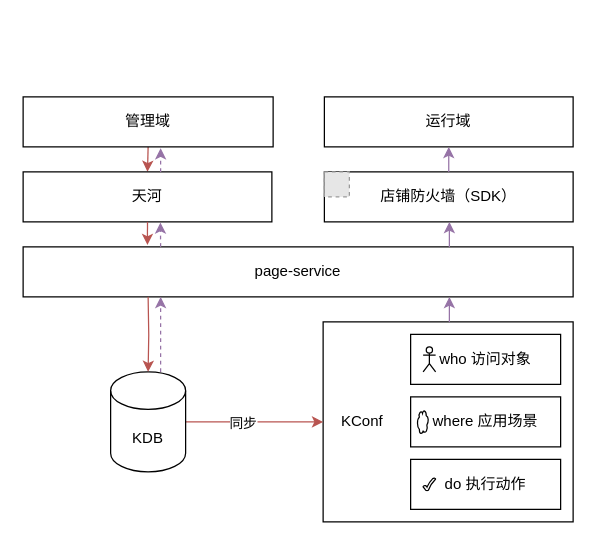
Before: page "架构图" (2 of 5) of 快手/未命名绘图.drawio in XDcat/draw.io_2, a draw.io diagram. Source tidied: cells renumbered, new cells numbered last; positions are measured from the earlier drawing's top-left corner, leaving out a move shared by most shapes. Both pictures are drawn from the tidied source at 125%, with x=0, y=0 at pixel (22, 96). Pictures stored in the file or linked from it are replaced by grey dashed boxes.
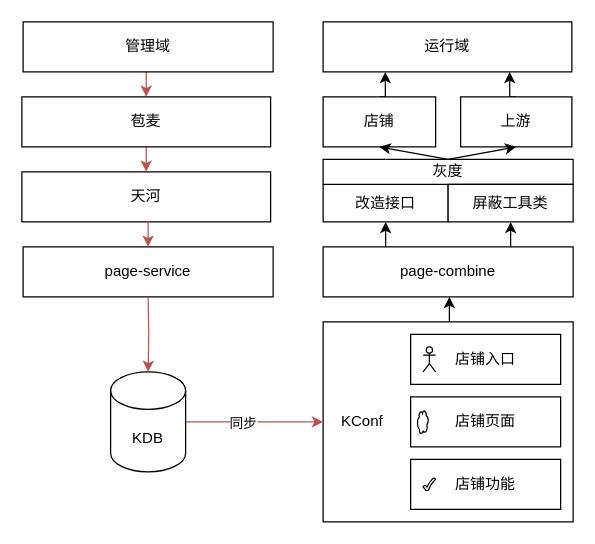
Above is the later version.

Commit message:
更新未命名绘图.drawio

The change refers to these unchanged cells:
```xml
<mxCell id="9" value="天河" style="rounded=0;whiteSpace=wrap;html=1;" parent="8" vertex="1">
  <mxGeometry width="199" height="40" as="geometry" />
</mxCell>
<mxCell id="13" style="group;" parent="1" vertex="1">
  <mxGeometry x="310" y="290" width="120" height="40" as="geometry" />
</mxCell>
<mxCell id="16" style="group;" parent="1" vertex="1">
  <mxGeometry x="310" y="240" width="120" height="40" as="geometry" />
</mxCell>
<mxCell id="19" style="group;" parent="1" vertex="1">
  <mxGeometry x="310" y="190" width="120" height="40" as="geometry" />
</mxCell>
<mxCell id="25" value="KDB" style="shape=cylinder3;whiteSpace=wrap;html=1;boundedLbl=1;backgroundOutline=1;size=15;" parent="1" vertex="1">
  <mxGeometry x="70" y="220" width="60" height="80" as="geometry" />
</mxCell>
```

The edit, as a diff of the source:
```diff
@@
     <mxCell id="2" value="运行域" style="rounded=0;whiteSpace=wrap;html=1;" parent="1" vertex="1">
-      <mxGeometry x="241" width="199" height="40" as="geometry" />
+      <mxGeometry x="240" y="-60" width="199" height="40" as="geometry" />
     </mxCell>
-    <mxCell id="3" style="edgeStyle=orthogonalEdgeStyle;rounded=0;jettySize=auto;html=1;exitX=0.5;exitY=1;exitDx=0;exitDy=0;entryX=0.5;entryY=0;entryDx=0;entryDy=0;fillColor=#f8cecc;strokeColor=#b85450;" parent="1" edge="1" source="4" target="9">
+    <mxCell id="3" style="edgeStyle=orthogonalEdgeStyle;rounded=0;jettySize=auto;html=1;exitX=0.5;exitY=1;exitDx=0;exitDy=0;entryX=0.5;entryY=0;entryDx=0;entryDy=0;fillColor=#f8cecc;strokeColor=#b85450;" parent="1" edge="1" source="4" target="35">
       <mxGeometry relative="1" as="geometry" />
     </mxCell>
     <mxCell id="4" value="管理域" style="rounded=0;whiteSpace=wrap;html=1;" parent="1" vertex="1">
-      <mxGeometry width="200" height="40" as="geometry" />
+      <mxGeometry y="-60" width="200" height="40" as="geometry" />
     </mxCell>
-    <mxCell id="5" style="group;" parent="1" vertex="1">
-      <mxGeometry x="241" y="60" width="199" height="40" as="geometry" />
-    </mxCell>
-    <mxCell id="6" value="店铺&lt;span style=&quot;background-color: initial;&quot;&gt;防火墙&lt;/span&gt;&lt;span style=&quot;background-color: initial;&quot;&gt;（SDK）&lt;/span&gt;" style="rounded=0;whiteSpace=wrap;html=1;" parent="5" vertex="1">
-      <mxGeometry width="199" height="40" as="geometry" />
-    </mxCell>
-    <mxCell id="7" style="fillColor=#E6E6E6;strokeColor=#999999;dashed=1;verticalLabelPosition=bottom;labelBackgroundColor=default;verticalAlign=top;" parent="5" vertex="1">
-      <mxGeometry width="20" height="20" as="geometry" />
-    </mxCell>
     <mxCell id="8" style="group;" parent="1" vertex="1">
-      <mxGeometry y="60" width="199" height="40" as="geometry" />
+      <mxGeometry x="-1" y="60" width="199" height="40" as="geometry" />
     </mxCell>
@@
     <mxCell id="10" style="group;" parent="1" vertex="1">
-      <mxGeometry y="120" width="440" height="40" as="geometry" />
+      <mxGeometry y="120" width="200" height="40" as="geometry" />
     </mxCell>
     <mxCell id="11" value="page-service" style="rounded=0;whiteSpace=wrap;html=1;" parent="10" vertex="1">
-      <mxGeometry width="440" height="40" as="geometry" />
+      <mxGeometry width="200" height="40" as="geometry" />
     </mxCell>
@@
-    <mxCell id="14" value="do 执行动作" style="rounded=0;whiteSpace=wrap;html=1;" parent="13" vertex="1">
+    <mxCell id="14" value="店铺功能" style="rounded=0;whiteSpace=wrap;html=1;" parent="13" vertex="1">
       <mxGeometry width="120" height="40" as="geometry" />
     </mxCell>
@@
-    <mxCell id="17" value="where 应用场景" style="rounded=0;whiteSpace=wrap;html=1;" parent="16" vertex="1">
+    <mxCell id="17" value="店铺页面" style="rounded=0;whiteSpace=wrap;html=1;" parent="16" vertex="1">
       <mxGeometry width="120" height="40" as="geometry" />
     </mxCell>
@@
-    <mxCell id="20" value="who 访问对象" style="rounded=0;whiteSpace=wrap;html=1;" parent="19" vertex="1">
+    <mxCell id="20" value="店铺入口" style="rounded=0;whiteSpace=wrap;html=1;" parent="19" vertex="1">
       <mxGeometry width="120" height="40" as="geometry" />
     </mxCell>
@@
-    <mxCell id="24" style="edgeStyle=orthogonalEdgeStyle;rounded=0;jettySize=auto;html=1;entryX=0.25;entryY=1;entryDx=0;entryDy=0;dashed=1;fillColor=#e1d5e7;strokeColor=#9673a6;" parent="1" edge="1" source="25" target="11">
-      <mxGeometry relative="1" as="geometry">
-        <Array as="points">
-          <mxPoint x="110" y="200" />
-          <mxPoint x="110" y="200" />
-        </Array>
-      </mxGeometry>
-    </mxCell>
@@
+    <mxCell id="28" style="edgeStyle=orthogonalEdgeStyle;rounded=0;jettySize=auto;html=1;entryX=0.5;entryY=0;entryDx=0;entryDy=0;entryPerimeter=0;fillColor=#f8cecc;strokeColor=#b85450;" parent="1" edge="1" target="25">
+      <mxGeometry relative="1" as="geometry">
+        <mxPoint x="100" y="160" as="sourcePoint" />
+      </mxGeometry>
+    </mxCell>
+    <mxCell id="31" style="edgeStyle=orthogonalEdgeStyle;rounded=0;orthogonalLoop=1;jettySize=auto;html=1;exitX=0.5;exitY=0;exitDx=0;exitDy=0;entryX=0.5;entryY=1;entryDx=0;entryDy=0;fillColor=#e1d5e7;strokeColor=#000000;" parent="1" edge="1">
+      <mxGeometry relative="1" as="geometry">
+        <mxPoint x="341" y="180" as="sourcePoint" />
+        <mxPoint x="341" y="160" as="targetPoint" />
+      </mxGeometry>
+    </mxCell>
+    <mxCell id="34" style="edgeStyle=orthogonalEdgeStyle;rounded=0;jettySize=auto;html=1;exitX=0.5;exitY=1;exitDx=0;exitDy=0;entryX=0.5;entryY=0;entryDx=0;entryDy=0;fillColor=#f8cecc;strokeColor=#b85450;" parent="1" edge="1" source="35" target="9">
+      <mxGeometry relative="1" as="geometry" />
+    </mxCell>
+    <mxCell id="35" value="苞麦" style="rounded=0;whiteSpace=wrap;html=1;" parent="1" vertex="1">
+      <mxGeometry x="-1" width="199" height="40" as="geometry" />
+    </mxCell>
-    <mxCell id="27" style="edgeStyle=orthogonalEdgeStyle;rounded=0;jettySize=auto;html=1;exitX=0.5;exitY=1;exitDx=0;exitDy=0;entryX=0.226;entryY=-0.038;entryDx=0;entryDy=0;entryPerimeter=0;fillColor=#f8cecc;strokeColor=#b85450;" parent="1" edge="1" source="9" target="11">
+    <mxCell id="27" style="edgeStyle=orthogonalEdgeStyle;rounded=0;jettySize=auto;html=1;exitX=0.5;exitY=1;exitDx=0;exitDy=0;entryX=0.5;entryY=0;entryDx=0;entryDy=0;fillColor=#f8cecc;strokeColor=#b85450;" parent="1" edge="1" source="9" target="11">
       <mxGeometry relative="1" as="geometry" />
     </mxCell>
-    <mxCell id="28" style="edgeStyle=orthogonalEdgeStyle;rounded=0;jettySize=auto;html=1;entryX=0.5;entryY=0;entryDx=0;entryDy=0;entryPerimeter=0;fillColor=#f8cecc;strokeColor=#b85450;" parent="1" edge="1" target="25">
-      <mxGeometry relative="1" as="geometry">
-        <mxPoint x="100" y="160" as="sourcePoint" />
-      </mxGeometry>
-    </mxCell>
-    <mxCell id="29" style="edgeStyle=orthogonalEdgeStyle;rounded=0;jettySize=auto;html=1;exitX=0.5;exitY=0;exitDx=0;exitDy=0;entryX=0.5;entryY=1;entryDx=0;entryDy=0;fillColor=#e1d5e7;strokeColor=#9673a6;" parent="1" edge="1" source="6" target="2">
-      <mxGeometry relative="1" as="geometry" />
-    </mxCell>
-    <mxCell id="30" style="edgeStyle=orthogonalEdgeStyle;rounded=0;orthogonalLoop=1;jettySize=auto;html=1;exitX=0.5;exitY=0;exitDx=0;exitDy=0;entryX=0.5;entryY=1;entryDx=0;entryDy=0;fillColor=#e1d5e7;strokeColor=#9673a6;" parent="1" edge="1">
-      <mxGeometry relative="1" as="geometry">
-        <mxPoint x="341" y="120" as="sourcePoint" />
-        <mxPoint x="341" y="100" as="targetPoint" />
-      </mxGeometry>
-    </mxCell>
-    <mxCell id="31" style="edgeStyle=orthogonalEdgeStyle;rounded=0;orthogonalLoop=1;jettySize=auto;html=1;exitX=0.5;exitY=0;exitDx=0;exitDy=0;entryX=0.5;entryY=1;entryDx=0;entryDy=0;fillColor=#e1d5e7;strokeColor=#9673a6;" parent="1" edge="1">
-      <mxGeometry relative="1" as="geometry">
-        <mxPoint x="341" y="180" as="sourcePoint" />
-        <mxPoint x="341" y="160" as="targetPoint" />
-      </mxGeometry>
-    </mxCell>
-    <mxCell id="32" style="edgeStyle=orthogonalEdgeStyle;rounded=0;jettySize=auto;html=1;exitX=0.25;exitY=0;exitDx=0;exitDy=0;entryX=0.552;entryY=1.013;entryDx=0;entryDy=0;entryPerimeter=0;dashed=1;fillColor=#e1d5e7;strokeColor=#9673a6;" parent="1" edge="1" source="11" target="9">
-      <mxGeometry relative="1" as="geometry" />
-    </mxCell>
-    <mxCell id="33" style="edgeStyle=orthogonalEdgeStyle;rounded=0;orthogonalLoop=1;jettySize=auto;html=1;exitX=0.25;exitY=0;exitDx=0;exitDy=0;entryX=0.552;entryY=1.013;entryDx=0;entryDy=0;entryPerimeter=0;dashed=1;fillColor=#e1d5e7;strokeColor=#9673a6;" parent="1" edge="1">
-      <mxGeometry relative="1" as="geometry">
-        <mxPoint x="110" y="60" as="sourcePoint" />
-        <mxPoint x="110" y="41" as="targetPoint" />
-      </mxGeometry>
-    </mxCell>
+    <mxCell id="36" style="group;" parent="1" vertex="1">
+      <mxGeometry x="240" y="120" width="200" height="40" as="geometry" />
+    </mxCell>
+    <mxCell id="37" value="page-combine" style="rounded=0;whiteSpace=wrap;html=1;" parent="36" vertex="1">
+      <mxGeometry width="200" height="40" as="geometry" />
+    </mxCell>
+    <mxCell id="38" style="edgeStyle=orthogonalEdgeStyle;rounded=0;jettySize=auto;html=1;exitX=0.5;exitY=0;exitDx=0;exitDy=0;entryX=0.25;entryY=1;entryDx=0;entryDy=0;" parent="1" edge="1" source="39" target="2">
+      <mxGeometry relative="1" as="geometry" />
+    </mxCell>
+    <mxCell id="39" value="店铺" style="rounded=0;whiteSpace=wrap;html=1;" parent="1" vertex="1">
+      <mxGeometry x="240" width="90" height="40" as="geometry" />
+    </mxCell>
+    <mxCell id="40" style="edgeStyle=orthogonalEdgeStyle;rounded=0;jettySize=auto;html=1;exitX=0.5;exitY=0;exitDx=0;exitDy=0;entryX=0.75;entryY=1;entryDx=0;entryDy=0;" parent="1" edge="1" source="41" target="2">
+      <mxGeometry relative="1" as="geometry" />
+    </mxCell>
+    <mxCell id="41" value="上游" style="rounded=0;whiteSpace=wrap;html=1;" parent="1" vertex="1">
+      <mxGeometry x="350" width="89" height="40" as="geometry" />
+    </mxCell>
+    <mxCell id="42" style="group;" parent="1" vertex="1">
+      <mxGeometry x="240" y="70" width="100" height="30" as="geometry" />
+    </mxCell>
+    <mxCell id="43" value="改造接口" style="rounded=0;whiteSpace=wrap;html=1;" parent="42" vertex="1">
+      <mxGeometry width="100" height="30" as="geometry" />
+    </mxCell>
+    <mxCell id="44" style="rounded=0;jettySize=auto;html=1;exitX=0.5;exitY=0;exitDx=0;exitDy=0;entryX=0.5;entryY=1;entryDx=0;entryDy=0;" parent="1" edge="1" source="46" target="39">
+      <mxGeometry relative="1" as="geometry" />
+    </mxCell>
+    <mxCell id="45" style="rounded=0;jettySize=auto;html=1;exitX=0.5;exitY=0;exitDx=0;exitDy=0;entryX=0.5;entryY=1;entryDx=0;entryDy=0;" parent="1" edge="1" source="46" target="41">
+      <mxGeometry relative="1" as="geometry" />
+    </mxCell>
+    <mxCell id="46" value="灰度" style="rounded=0;whiteSpace=wrap;html=1;" parent="1" vertex="1">
+      <mxGeometry x="240" y="50" width="200" height="20" as="geometry" />
+    </mxCell>
+    <mxCell id="47" value="屏蔽工具类" style="rounded=0;whiteSpace=wrap;html=1;" parent="1" vertex="1">
+      <mxGeometry x="340" y="70" width="100" height="30" as="geometry" />
+    </mxCell>
+    <mxCell id="48" style="edgeStyle=orthogonalEdgeStyle;rounded=0;jettySize=auto;html=1;exitX=0.25;exitY=0;exitDx=0;exitDy=0;entryX=0.5;entryY=1;entryDx=0;entryDy=0;" parent="1" edge="1" source="37" target="43">
+      <mxGeometry relative="1" as="geometry" />
+    </mxCell>
+    <mxCell id="49" style="edgeStyle=orthogonalEdgeStyle;rounded=0;jettySize=auto;html=1;exitX=0.75;exitY=0;exitDx=0;exitDy=0;entryX=0.5;entryY=1;entryDx=0;entryDy=0;" parent="1" edge="1" source="37" target="47">
+      <mxGeometry relative="1" as="geometry" />
+    </mxCell>
```
